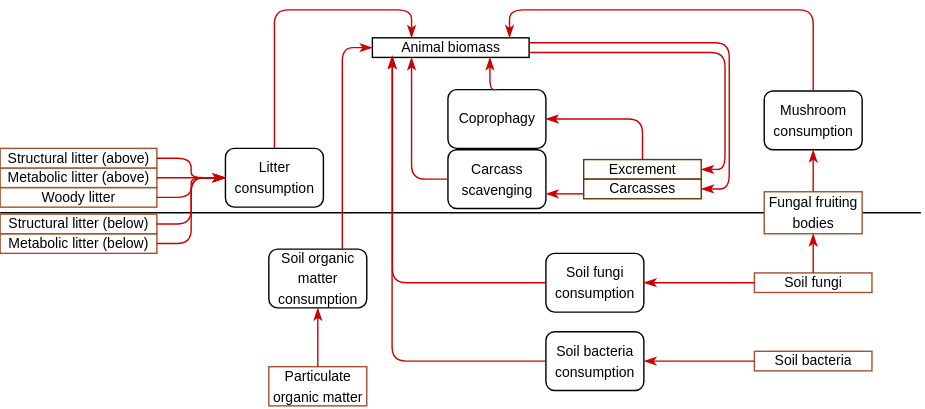
ImperialCollegeLondon/virtual_ecosystem keeps this draw.io diagram as docs/source/_static/images/brown_web_consumption.svg. Above is the earlier version. Source tidied: cells renumbered, new cells last; positions are measured from the earlier drawing's top-left corner, leaving out a move shared by most shapes.
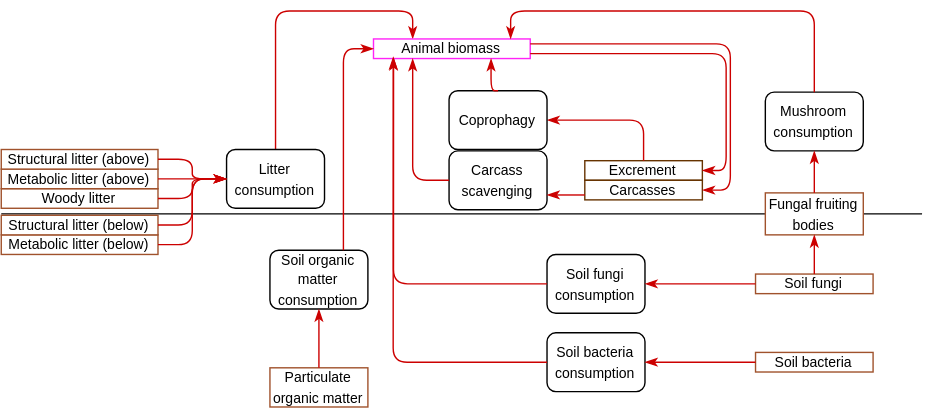
The same diagram one commit later.

Commit message:
Followed @nickwctan's suggestion of explaining colour code in brown-web figure caption

Diff of the diagram source:
```diff
@@ -8,7 +8,7 @@
     <mxCell id="3" value="&lt;font style=&quot;font-size: 10px;&quot;&gt;Litter consumption&lt;/font&gt;" style="rounded=1;whiteSpace=wrap;html=1;" parent="1" vertex="1">
       <mxGeometry x="161" y="79" width="70" height="42" as="geometry" />
     </mxCell>
-    <mxCell id="4" value="&lt;font size=&quot;1&quot;&gt;Animal biomass&lt;/font&gt;" style="rounded=0;whiteSpace=wrap;html=1;" parent="1" vertex="1">
+    <mxCell id="4" value="&lt;font size=&quot;1&quot;&gt;Animal biomass&lt;/font&gt;" style="rounded=0;whiteSpace=wrap;html=1;strokeColor=#FF23F7;" parent="1" vertex="1">
       <mxGeometry x="266" width="112" height="14" as="geometry" />
     </mxCell>
     <mxCell id="5" value="&lt;font size=&quot;1&quot;&gt;Woody litter&lt;/font&gt;" style="rounded=0;whiteSpace=wrap;html=1;strokeColor=light-dark(#a0522c, #ededed);" parent="1" vertex="1">
```
